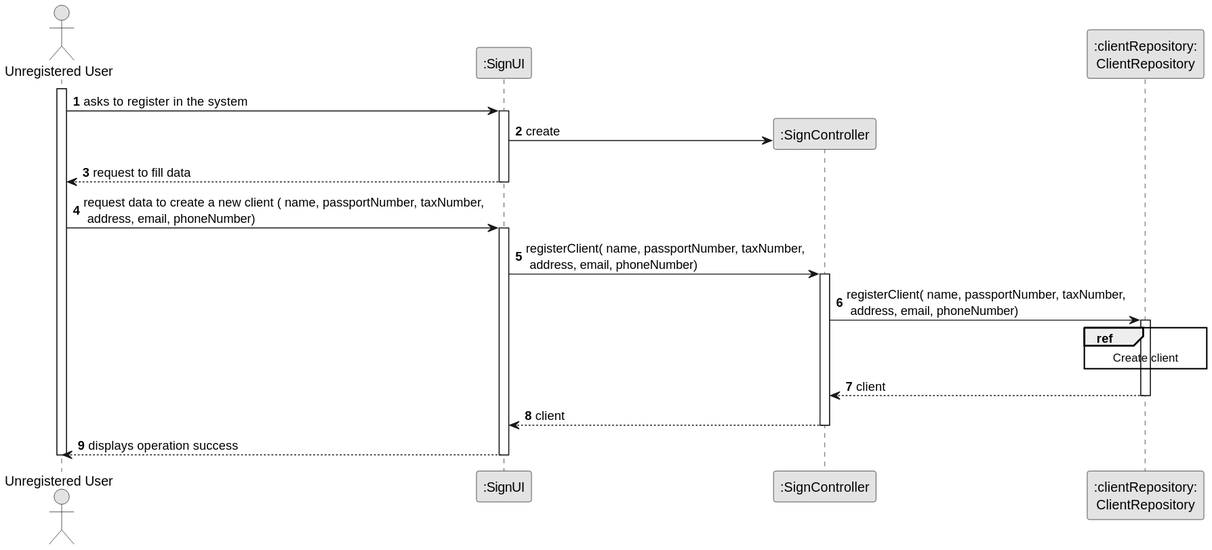
The PlantUML diagram docs/sprintD/us007/03.design/svg/us007-sequence-diagram-split.svg in Shushizinho/RealEstateUSASystem, before a commit.
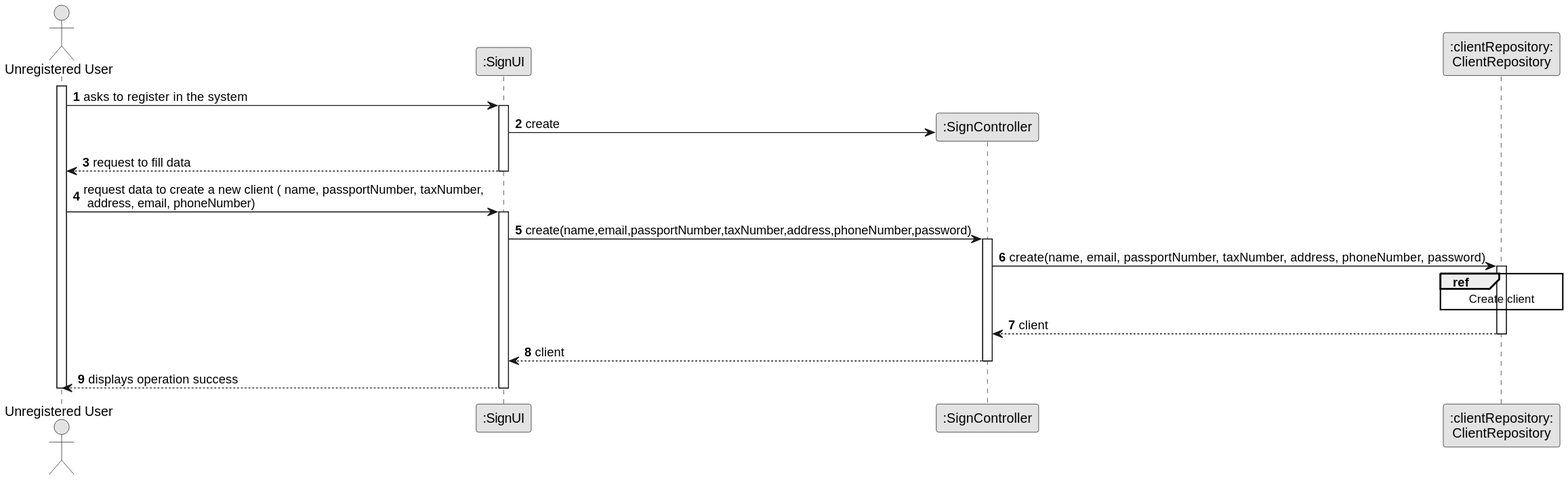
Above is the later version.

What changed in the source:
```diff
@@ -28,11 +28,12 @@
     UU -> UI : request data to create a new client ( name, passportNumber, taxNumber, \n address, email, phoneNumber)
     activate UI
 
-       UI -> CTRL : registerClient( name, passportNumber, taxNumber, \n address, email, phoneNumber)
+       UI -> CTRL : create(name,email,passportNumber,taxNumber,address,phoneNumber,password)
 
             activate CTRL
 
-                CTRL -> CLR: registerClient( name, passportNumber, taxNumber, \n address, email, phoneNumber)
+                CTRL -> CLR: create(name,  email,  passportNumber, taxNumber, address, phoneNumber, password)
+
                 activate CLR
                ref over CLR
                Create client
```
